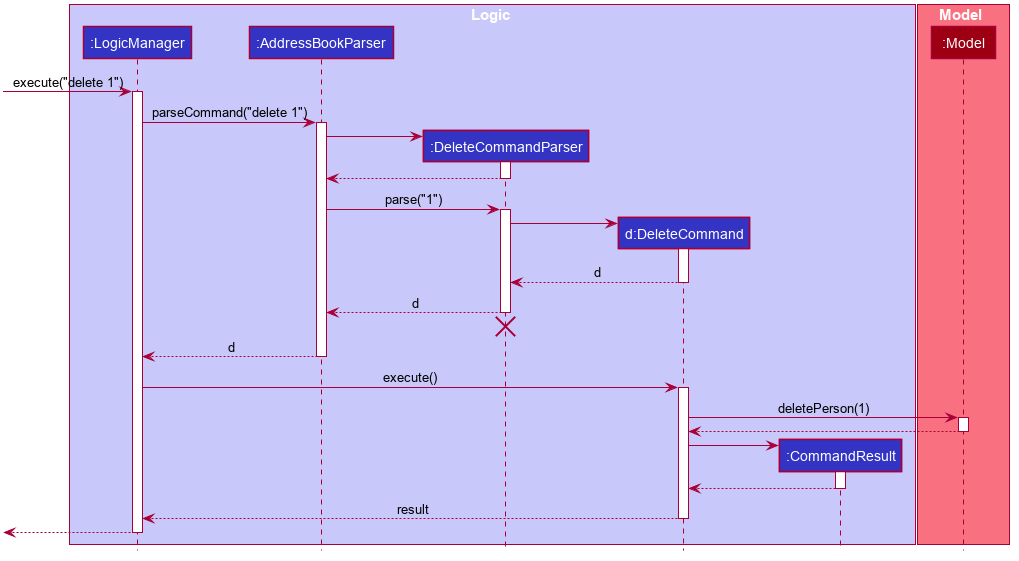
Before: docs/images/DeleteSequenceDiagram.png, a diagram exported from PlantUML (nus-cs2103-AY2021S2/tp).
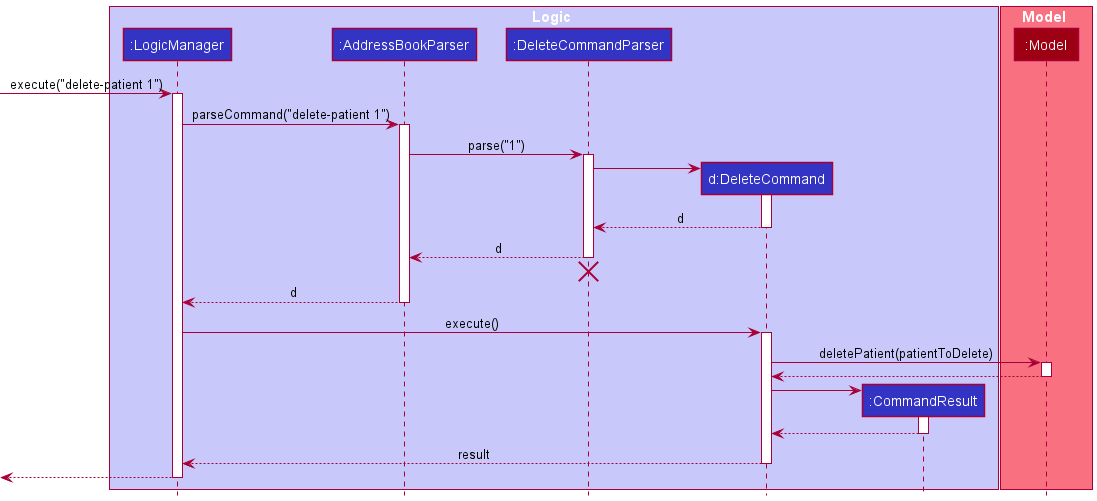
After the commit.

The edit, as a diff of the source:
```diff
@@ -1,77 +1,23 @@
 @startuml
+!include style.puml
 
-
-
-
-
-
-
-
-skinparam BackgroundColor #FFFFFFF
-
-skinparam Shadowing false
-
-skinparam Class {
-    FontColor #FFFFFF
-    BorderThickness 1
-    BorderColor #FFFFFF
-    StereotypeFontColor #FFFFFF
-    FontName Arial
-}
-
-skinparam Actor {
-    BorderColor #000000
-    Color #000000
-    FontName Arial
-}
-
-skinparam Sequence {
-    MessageAlign center
-    BoxFontSize 15
-    BoxPadding 0
-    BoxFontColor #FFFFFF
-    FontName Arial
-}
-
-skinparam Participant {
-    FontColor #FFFFFFF
-    Padding 20
-}
-
-skinparam MinClassWidth 50
-skinparam ParticipantPadding 10
-skinparam Shadowing false
-skinparam DefaultTextAlignment center
-skinparam packageStyle Rectangle
-
-hide footbox
-hide members
-hide circle
-
-box Logic #C8C8FA
-participant ":LogicManager" as LogicManager #3333C4
-participant ":AddressBookParser" as AddressBookParser #3333C4
-participant ":DeleteCommandParser" as DeleteCommandParser #3333C4
-participant "d:DeleteCommand" as DeleteCommand #3333C4
-participant ":CommandResult" as CommandResult #3333C4
+box Logic LOGIC_COLOR_T1
+participant ":LogicManager" as LogicManager LOGIC_COLOR
+participant ":AddressBookParser" as AddressBookParser LOGIC_COLOR
+participant ":DeleteCommandParser" as DeleteCommandParser LOGIC_COLOR
+participant "d:DeleteCommand" as DeleteCommand LOGIC_COLOR
+participant ":CommandResult" as CommandResult LOGIC_COLOR
 end box
 
-box Model #F97181
-participant ":Model" as Model #9D0012
+box Model MODEL_COLOR_T1
+participant ":Model" as Model MODEL_COLOR
 end box
 
-[-> LogicManager : execute("delete 1")
+[-> LogicManager : execute("delete-patient 1")
 activate LogicManager
 
-LogicManager -> AddressBookParser : parseCommand("delete 1")
+LogicManager -> AddressBookParser : parseCommand("delete-patient 1")
 activate AddressBookParser
-
-create DeleteCommandParser
-AddressBookParser -> DeleteCommandParser
-activate DeleteCommandParser
-
-DeleteCommandParser --> AddressBookParser
-deactivate DeleteCommandParser
 
 AddressBookParser -> DeleteCommandParser : parse("1")
 activate DeleteCommandParser
@@ -94,7 +40,7 @@
 LogicManager -> DeleteCommand : execute()
 activate DeleteCommand
 
-DeleteCommand -> Model : deletePerson(1)
+DeleteCommand -> Model : deletePatient(patientToDelete)
 activate Model
 
 Model --> DeleteCommand
```
